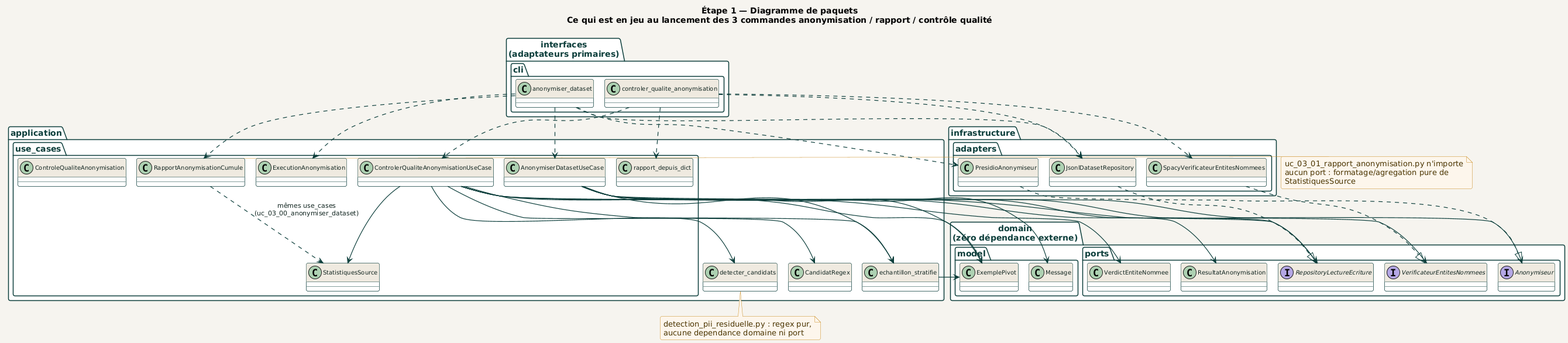
Above: docs/diagrams/02_etape1_donnees/paquets/anonymisation_qc_paquets.png in racemartin/m14_ocr (PlantUML), before the change. Its diagram source:
```plantuml
@startuml anonymisation_qc_paquets
!pragma layout smetana
!include ../../_common/estilo.iuml

title Étape 1 — Diagramme de paquets\nCe qui est en jeu au lancement des 3 commandes anonymisation / rapport / contrôle qualité

package "interfaces\n(adaptateurs primaires)" as INTERFACES {
  package "cli" {
    class anonymiser_dataset
    class controler_qualite_anonymisation
  }
}

package "application" as APPLICATION {
  package "use_cases" {
    class AnonymiserDatasetUseCase
    class StatistiquesSource
    class RapportAnonymisationCumule
    class ExecutionAnonymisation
    class rapport_depuis_dict
    class ControlerQualiteAnonymisationUseCase
    class ControleQualiteAnonymisation
  }
  class echantillon_stratifie
  class detecter_candidats
  class CandidatRegex
}

package "domain\n(zéro dépendance externe)" as DOMAIN {
  package "model" {
    class ExemplePivot
    class Message
  }
  package "ports" {
    interface Anonymiseur
    interface RepositoryLectureEcriture
    interface VerificateurEntitesNommees
    class ResultatAnonymisation
    class VerdictEntiteNommee
  }
}

package "infrastructure" as INFRASTRUCTURE {
  package "adapters" {
    class JsonlDatasetRepository
    class PresidioAnonymiseur
    class SpacyVerificateurEntitesNommees
  }
}


anonymiser_dataset ..> JsonlDatasetRepository
anonymiser_dataset ..> PresidioAnonymiseur
anonymiser_dataset ..> AnonymiserDatasetUseCase
anonymiser_dataset ..> RapportAnonymisationCumule
anonymiser_dataset ..> ExecutionAnonymisation

controler_qualite_anonymisation ..> JsonlDatasetRepository
controler_qualite_anonymisation ..> SpacyVerificateurEntitesNommees
controler_qualite_anonymisation ..> ControlerQualiteAnonymisationUseCase
controler_qualite_anonymisation ..> rapport_depuis_dict

AnonymiserDatasetUseCase --> echantillon_stratifie
AnonymiserDatasetUseCase --> ExemplePivot
AnonymiserDatasetUseCase --> Message
AnonymiserDatasetUseCase --> Anonymiseur
AnonymiserDatasetUseCase --> RepositoryLectureEcriture
AnonymiserDatasetUseCase --> ResultatAnonymisation

RapportAnonymisationCumule ..> StatistiquesSource : mêmes use_cases\n(uc_03_00_anonymiser_dataset)

ControlerQualiteAnonymisationUseCase --> detecter_candidats
ControlerQualiteAnonymisationUseCase --> CandidatRegex
ControlerQualiteAnonymisationUseCase --> echantillon_stratifie
ControlerQualiteAnonymisationUseCase --> StatistiquesSource
ControlerQualiteAnonymisationUseCase --> ExemplePivot
ControlerQualiteAnonymisationUseCase --> RepositoryLectureEcriture
ControlerQualiteAnonymisationUseCase --> VerificateurEntitesNommees
ControlerQualiteAnonymisationUseCase --> VerdictEntiteNommee

echantillon_stratifie --> ExemplePivot

JsonlDatasetRepository ..|> RepositoryLectureEcriture
PresidioAnonymiseur ..|> Anonymiseur
SpacyVerificateurEntitesNommees ..|> VerificateurEntitesNommees

note bottom of detecter_candidats
  detection_pii_residuelle.py : regex pur,
  aucune dependance domaine ni port
end note

note right of RapportAnonymisationCumule
  uc_03_01_rapport_anonymisation.py n'importe
  aucun port : formatage/agregation pure de
  StatistiquesSource
end note

@enduml
```
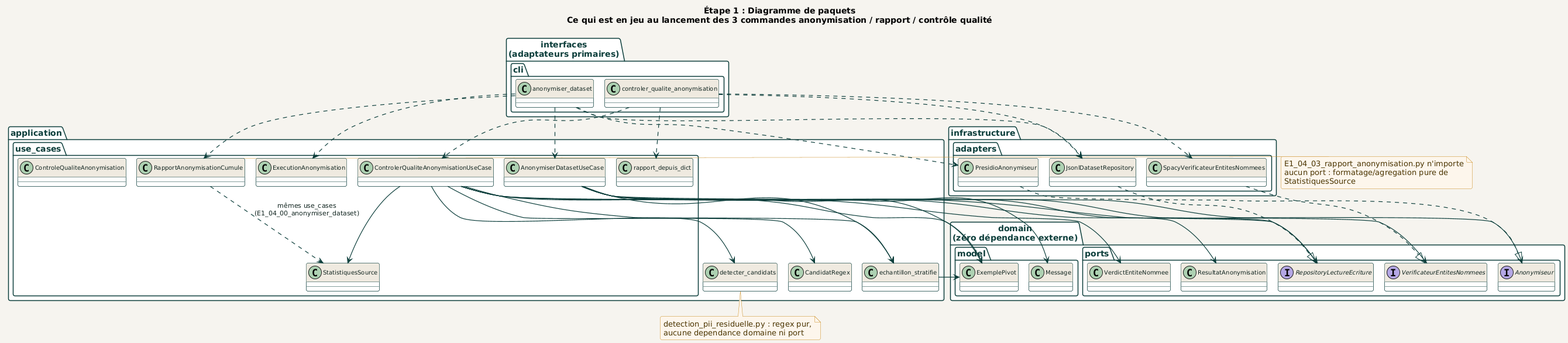
After the commit.

Diff of the diagram source:
```diff
@@ -2,7 +2,7 @@
 !pragma layout smetana
 !include ../../_common/estilo.iuml
 
-title Étape 1 — Diagramme de paquets\nCe qui est en jeu au lancement des 3 commandes anonymisation / rapport / contrôle qualité
+title Étape 1 : Diagramme de paquets\nCe qui est en jeu au lancement des 3 commandes anonymisation / rapport / contrôle qualité
 
 package "interfaces\n(adaptateurs primaires)" as INTERFACES {
   package "cli" {
@@ -67,7 +67,7 @@
 AnonymiserDatasetUseCase --> RepositoryLectureEcriture
 AnonymiserDatasetUseCase --> ResultatAnonymisation
 
-RapportAnonymisationCumule ..> StatistiquesSource : mêmes use_cases\n(uc_03_00_anonymiser_dataset)
+RapportAnonymisationCumule ..> StatistiquesSource : mêmes use_cases\n(E1_04_00_anonymiser_dataset)
 
 ControlerQualiteAnonymisationUseCase --> detecter_candidats
 ControlerQualiteAnonymisationUseCase --> CandidatRegex
@@ -90,7 +90,7 @@
 end note
 
 note right of RapportAnonymisationCumule
-  uc_03_01_rapport_anonymisation.py n'importe
+  E1_04_03_rapport_anonymisation.py n'importe
   aucun port : formatage/agregation pure de
   StatistiquesSource
 end note
```
